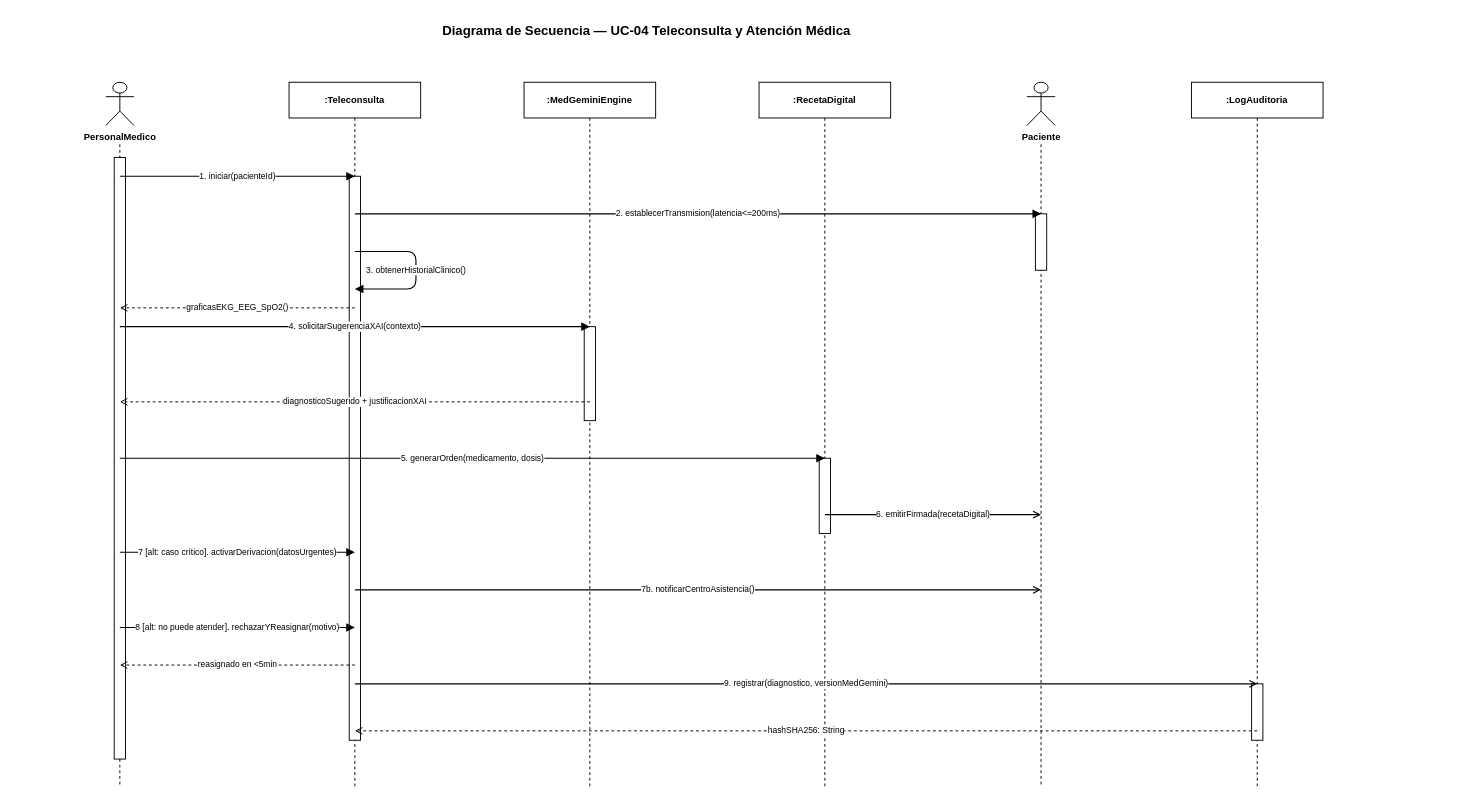
Earlier version of the draw.io diagram new/SAMR_Diagramas_Secuencia_v2/Seq_UC04_Teleconsulta.drawio (juliouou/IngReq1). Source tidied: cells renumbered, new cells numbered last; positions are measured from the earlier drawing's top-left corner, leaving out a move shared by most shapes. Both pictures are drawn from the tidied source at 94%, with x=0, y=0 at pixel (35, 16).
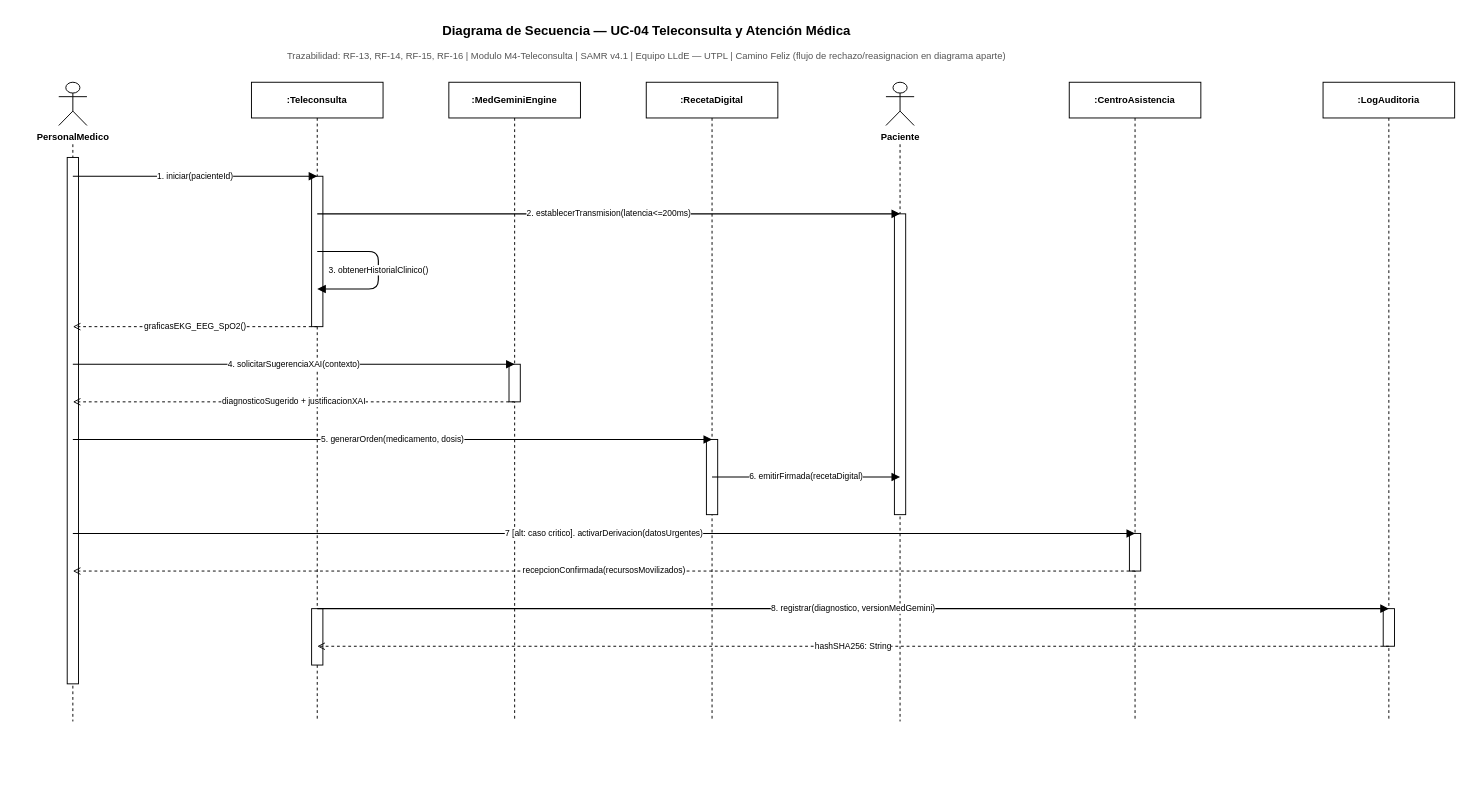
After the change.

Commit message (it also covers changes not shown here):
fix: corrige diagramas de secuencia UC-01, UC-03, UC-04 (actores faltantes, nombres de clase, flujo zigzagueante)

Diff of the diagram source:
```diff
@@
-    <mxCell id="3" style="shape=umlActor;verticalLabelPosition=bottom;verticalAlign=top;html=1;fillColor=#FFFFFF;strokeColor=#000000;" parent="1" vertex="1">
-      <mxGeometry x="75" y="70" width="30" height="46" as="geometry" />
-    </mxCell>
+    <mxCell id="37" value="Trazabilidad: RF-13, RF-14, RF-15, RF-16 | Modulo M4-Teleconsulta | SAMR v4.1 | Equipo LLdE — UTPL | Camino Feliz (flujo de rechazo/reasignacion en diagrama aparte)" style="text;html=1;align=center;fontSize=10;fontColor=#555555;strokeColor=none;fillColor=none;" parent="1" vertex="1">
+      <mxGeometry y="30" width="1300" height="18" as="geometry" />
+    </mxCell>
+    <mxCell id="38" style="shape=umlActor;verticalLabelPosition=bottom;verticalAlign=top;html=1;fillColor=#FFFFFF;strokeColor=#000000;" parent="1" vertex="1">
+      <mxGeometry x="25" y="70" width="30" height="46" as="geometry" />
+    </mxCell>
     <mxCell id="4" value="PersonalMedico" style="text;html=1;align=center;fontStyle=1;fontSize=10;strokeColor=none;fillColor=none;" parent="1" vertex="1">
-      <mxGeometry x="30" y="116" width="120" height="18" as="geometry" />
+      <mxGeometry x="-20" y="116" width="120" height="18" as="geometry" />
     </mxCell>
-    <mxCell id="5" style="html=1;strokeColor=#000000;dashed=1;endArrow=none;startArrow=none;" parent="1" edge="1">
-      <mxGeometry relative="1" as="geometry">
-        <mxPoint x="90" y="136" as="sourcePoint" />
-        <mxPoint x="90" y="820" as="targetPoint" />
-      </mxGeometry>
-    </mxCell>
+    <mxCell id="39" style="html=1;strokeColor=#000000;dashed=1;endArrow=none;startArrow=none;" parent="1" edge="1">
+      <mxGeometry relative="1" as="geometry">
+        <mxPoint x="40" y="136" as="sourcePoint" />
+        <mxPoint x="40" y="750" as="targetPoint" />
+      </mxGeometry>
+    </mxCell>
     <mxCell id="6" value=":Teleconsulta" style="rounded=0;whiteSpace=wrap;html=1;fillColor=#FFFFFF;strokeColor=#000000;fontStyle=1;fontSize=10;align=center;" parent="1" vertex="1">
-      <mxGeometry x="270" y="70" width="140" height="38" as="geometry" />
+      <mxGeometry x="230" y="70" width="140" height="38" as="geometry" />
     </mxCell>
-    <mxCell id="7" style="html=1;strokeColor=#000000;dashed=1;endArrow=none;startArrow=none;" parent="1" edge="1">
-      <mxGeometry relative="1" as="geometry">
-        <mxPoint x="340" y="108" as="sourcePoint" />
-        <mxPoint x="340" y="820" as="targetPoint" />
-      </mxGeometry>
-    </mxCell>
+    <mxCell id="40" style="html=1;strokeColor=#000000;dashed=1;endArrow=none;startArrow=none;" parent="1" edge="1">
+      <mxGeometry relative="1" as="geometry">
+        <mxPoint x="300" y="108" as="sourcePoint" />
+        <mxPoint x="300" y="750" as="targetPoint" />
+      </mxGeometry>
+    </mxCell>
     <mxCell id="8" value=":MedGeminiEngine" style="rounded=0;whiteSpace=wrap;html=1;fillColor=#FFFFFF;strokeColor=#000000;fontStyle=1;fontSize=10;align=center;" parent="1" vertex="1">
-      <mxGeometry x="520" y="70" width="140" height="38" as="geometry" />
+      <mxGeometry x="440" y="70" width="140" height="38" as="geometry" />
     </mxCell>
-    <mxCell id="9" style="html=1;strokeColor=#000000;dashed=1;endArrow=none;startArrow=none;" parent="1" edge="1">
-      <mxGeometry relative="1" as="geometry">
-        <mxPoint x="590" y="108" as="sourcePoint" />
-        <mxPoint x="590" y="820" as="targetPoint" />
-      </mxGeometry>
-    </mxCell>
+    <mxCell id="41" style="html=1;strokeColor=#000000;dashed=1;endArrow=none;startArrow=none;" parent="1" edge="1">
+      <mxGeometry relative="1" as="geometry">
+        <mxPoint x="510" y="108" as="sourcePoint" />
+        <mxPoint x="510" y="750" as="targetPoint" />
+      </mxGeometry>
+    </mxCell>
     <mxCell id="10" value=":RecetaDigital" style="rounded=0;whiteSpace=wrap;html=1;fillColor=#FFFFFF;strokeColor=#000000;fontStyle=1;fontSize=10;align=center;" parent="1" vertex="1">
-      <mxGeometry x="770" y="70" width="140" height="38" as="geometry" />
+      <mxGeometry x="650" y="70" width="140" height="38" as="geometry" />
     </mxCell>
-    <mxCell id="11" style="html=1;strokeColor=#000000;dashed=1;endArrow=none;startArrow=none;" parent="1" edge="1">
-      <mxGeometry relative="1" as="geometry">
-        <mxPoint x="840" y="108" as="sourcePoint" />
-        <mxPoint x="840" y="820" as="targetPoint" />
-      </mxGeometry>
-    </mxCell>
-    <mxCell id="12" style="shape=umlActor;verticalLabelPosition=bottom;verticalAlign=top;html=1;fillColor=#FFFFFF;strokeColor=#000000;" parent="1" vertex="1">
-      <mxGeometry x="1055" y="70" width="30" height="46" as="geometry" />
-    </mxCell>
+    <mxCell id="42" style="html=1;strokeColor=#000000;dashed=1;endArrow=none;startArrow=none;" parent="1" edge="1">
+      <mxGeometry relative="1" as="geometry">
+        <mxPoint x="720" y="108" as="sourcePoint" />
+        <mxPoint x="720" y="750" as="targetPoint" />
+      </mxGeometry>
+    </mxCell>
+    <mxCell id="43" style="shape=umlActor;verticalLabelPosition=bottom;verticalAlign=top;html=1;fillColor=#FFFFFF;strokeColor=#000000;" parent="1" vertex="1">
+      <mxGeometry x="905" y="70" width="30" height="46" as="geometry" />
+    </mxCell>
     <mxCell id="13" value="Paciente" style="text;html=1;align=center;fontStyle=1;fontSize=10;strokeColor=none;fillColor=none;" parent="1" vertex="1">
-      <mxGeometry x="1010" y="116" width="120" height="18" as="geometry" />
+      <mxGeometry x="860" y="116" width="120" height="18" as="geometry" />
     </mxCell>
-    <mxCell id="14" style="html=1;strokeColor=#000000;dashed=1;endArrow=none;startArrow=none;" parent="1" edge="1">
-      <mxGeometry relative="1" as="geometry">
-        <mxPoint x="1070" y="136" as="sourcePoint" />
-        <mxPoint x="1070" y="820" as="targetPoint" />
-      </mxGeometry>
-    </mxCell>
+    <mxCell id="44" style="html=1;strokeColor=#000000;dashed=1;endArrow=none;startArrow=none;" parent="1" edge="1">
+      <mxGeometry relative="1" as="geometry">
+        <mxPoint x="920" y="136" as="sourcePoint" />
+        <mxPoint x="920" y="750" as="targetPoint" />
+      </mxGeometry>
+    </mxCell>
+    <mxCell id="45" value=":CentroAsistencia" style="rounded=0;whiteSpace=wrap;html=1;fillColor=#FFFFFF;strokeColor=#000000;fontStyle=1;fontSize=10;align=center;" parent="1" vertex="1">
+      <mxGeometry x="1100" y="70" width="140" height="38" as="geometry" />
+    </mxCell>
+    <mxCell id="46" style="html=1;strokeColor=#000000;dashed=1;endArrow=none;startArrow=none;" parent="1" edge="1">
+      <mxGeometry relative="1" as="geometry">
+        <mxPoint x="1170" y="108" as="sourcePoint" />
+        <mxPoint x="1170" y="750" as="targetPoint" />
+      </mxGeometry>
+    </mxCell>
     <mxCell id="15" value=":LogAuditoria" style="rounded=0;whiteSpace=wrap;html=1;fillColor=#FFFFFF;strokeColor=#000000;fontStyle=1;fontSize=10;align=center;" parent="1" vertex="1">
-      <mxGeometry x="1230" y="70" width="140" height="38" as="geometry" />
+      <mxGeometry x="1370" y="70" width="140" height="38" as="geometry" />
     </mxCell>
-    <mxCell id="16" style="html=1;strokeColor=#000000;dashed=1;endArrow=none;startArrow=none;" parent="1" edge="1">
-      <mxGeometry relative="1" as="geometry">
-        <mxPoint x="1300" y="108" as="sourcePoint" />
-        <mxPoint x="1300" y="820" as="targetPoint" />
-      </mxGeometry>
-    </mxCell>
-    <mxCell id="17" style="html=1;fillColor=#FFFFFF;strokeColor=#000000;" parent="1" vertex="1">
-      <mxGeometry x="84" y="150" width="12" height="640" as="geometry" />
-    </mxCell>
-    <mxCell id="18" style="html=1;fillColor=#FFFFFF;strokeColor=#000000;" parent="1" vertex="1">
-      <mxGeometry x="334" y="170" width="12" height="600" as="geometry" />
-    </mxCell>
-    <mxCell id="19" style="html=1;fillColor=#FFFFFF;strokeColor=#000000;" parent="1" vertex="1">
-      <mxGeometry x="584" y="330" width="12" height="100" as="geometry" />
-    </mxCell>
-    <mxCell id="20" style="html=1;fillColor=#FFFFFF;strokeColor=#000000;" parent="1" vertex="1">
-      <mxGeometry x="834" y="470" width="12" height="80" as="geometry" />
-    </mxCell>
-    <mxCell id="21" style="html=1;fillColor=#FFFFFF;strokeColor=#000000;" parent="1" vertex="1">
-      <mxGeometry x="1064" y="210" width="12" height="60" as="geometry" />
-    </mxCell>
-    <mxCell id="22" style="html=1;fillColor=#FFFFFF;strokeColor=#000000;" parent="1" vertex="1">
-      <mxGeometry x="1294" y="710" width="12" height="60" as="geometry" />
-    </mxCell>
+    <mxCell id="47" style="html=1;strokeColor=#000000;dashed=1;endArrow=none;startArrow=none;" parent="1" edge="1">
+      <mxGeometry relative="1" as="geometry">
+        <mxPoint x="1440" y="108" as="sourcePoint" />
+        <mxPoint x="1440" y="750" as="targetPoint" />
+      </mxGeometry>
+    </mxCell>
+    <mxCell id="48" style="html=1;fillColor=#FFFFFF;strokeColor=#000000;" parent="1" vertex="1">
+      <mxGeometry x="34" y="150" width="12" height="560" as="geometry" />
+    </mxCell>
+    <mxCell id="49" style="html=1;fillColor=#FFFFFF;strokeColor=#000000;" parent="1" vertex="1">
+      <mxGeometry x="294" y="170" width="12" height="160" as="geometry" />
+    </mxCell>
+    <mxCell id="50" style="html=1;fillColor=#FFFFFF;strokeColor=#000000;" parent="1" vertex="1">
+      <mxGeometry x="294" y="630" width="12" height="60" as="geometry" />
+    </mxCell>
+    <mxCell id="51" style="html=1;fillColor=#FFFFFF;strokeColor=#000000;" parent="1" vertex="1">
+      <mxGeometry x="914" y="210" width="12" height="320" as="geometry" />
+    </mxCell>
+    <mxCell id="52" style="html=1;fillColor=#FFFFFF;strokeColor=#000000;" parent="1" vertex="1">
+      <mxGeometry x="504" y="370" width="12" height="40" as="geometry" />
+    </mxCell>
+    <mxCell id="53" style="html=1;fillColor=#FFFFFF;strokeColor=#000000;" parent="1" vertex="1">
+      <mxGeometry x="714" y="450" width="12" height="80" as="geometry" />
+    </mxCell>
+    <mxCell id="54" style="html=1;fillColor=#FFFFFF;strokeColor=#000000;" parent="1" vertex="1">
+      <mxGeometry x="1164" y="550" width="12" height="40" as="geometry" />
+    </mxCell>
+    <mxCell id="55" style="html=1;fillColor=#FFFFFF;strokeColor=#000000;" parent="1" vertex="1">
+      <mxGeometry x="1434" y="630" width="12" height="40" as="geometry" />
+    </mxCell>
     <mxCell id="23" value="1. iniciar(pacienteId)" style="endArrow=block;endFill=1;html=1;strokeColor=#000000;strokeWidth=1.2;fontSize=9;" parent="1" edge="1">
       <mxGeometry relative="1" as="geometry">
-        <mxPoint x="90" y="170" as="sourcePoint" />
-        <mxPoint x="340" y="170" as="targetPoint" />
+        <mxPoint x="40" y="170" as="sourcePoint" />
+        <mxPoint x="300" y="170" as="targetPoint" />
       </mxGeometry>
     </mxCell>
     <mxCell id="24" value="2. establecerTransmision(latencia&lt;=200ms)" style="endArrow=block;endFill=1;html=1;strokeColor=#000000;strokeWidth=1.2;fontSize=9;" parent="1" edge="1">
       <mxGeometry relative="1" as="geometry">
-        <mxPoint x="340" y="210" as="sourcePoint" />
-        <mxPoint x="1070" y="210" as="targetPoint" />
+        <mxPoint x="300" y="210" as="sourcePoint" />
+        <mxPoint x="920" y="210" as="targetPoint" />
       </mxGeometry>
     </mxCell>
     <mxCell id="25" value="3. obtenerHistorialClinico()" style="endArrow=block;endFill=1;html=1;strokeColor=#000000;strokeWidth=1.2;fontSize=9;" parent="1" edge="1">
       <mxGeometry relative="1" as="geometry">
-        <mxPoint x="340" y="250" as="sourcePoint" />
-        <mxPoint x="340" y="290" as="targetPoint" />
+        <mxPoint x="300" y="250" as="sourcePoint" />
+        <mxPoint x="300" y="290" as="targetPoint" />
         <Array as="points">
-          <mxPoint x="405" y="250" />
-          <mxPoint x="405" y="290" />
+          <mxPoint x="365" y="250" />
+          <mxPoint x="365" y="290" />
         </Array>
       </mxGeometry>
     </mxCell>
     <mxCell id="26" value="graficasEKG_EEG_SpO2()" style="endArrow=open;endFill=0;dashed=1;html=1;strokeColor=#000000;strokeWidth=1;fontSize=9;" parent="1" edge="1">
       <mxGeometry relative="1" as="geometry">
-        <mxPoint x="340" y="310" as="sourcePoint" />
-        <mxPoint x="90" y="310" as="targetPoint" />
+        <mxPoint x="300" y="330" as="sourcePoint" />
+        <mxPoint x="40" y="330" as="targetPoint" />
       </mxGeometry>
     </mxCell>
     <mxCell id="27" value="4. solicitarSugerenciaXAI(contexto)" style="endArrow=block;endFill=1;html=1;strokeColor=#000000;strokeWidth=1.2;fontSize=9;" parent="1" edge="1">
       <mxGeometry relative="1" as="geometry">
-        <mxPoint x="90" y="330" as="sourcePoint" />
-        <mxPoint x="590" y="330" as="targetPoint" />
+        <mxPoint x="40" y="370" as="sourcePoint" />
+        <mxPoint x="510" y="370" as="targetPoint" />
       </mxGeometry>
     </mxCell>
     <mxCell id="28" value="diagnosticoSugerido + justificacionXAI" style="endArrow=open;endFill=0;dashed=1;html=1;strokeColor=#000000;strokeWidth=1;fontSize=9;" parent="1" edge="1">
       <mxGeometry relative="1" as="geometry">
-        <mxPoint x="590" y="410" as="sourcePoint" />
-        <mxPoint x="90" y="410" as="targetPoint" />
+        <mxPoint x="510" y="410" as="sourcePoint" />
+        <mxPoint x="40" y="410" as="targetPoint" />
       </mxGeometry>
     </mxCell>
     <mxCell id="29" value="5. generarOrden(medicamento, dosis)" style="endArrow=block;endFill=1;html=1;strokeColor=#000000;strokeWidth=1.2;fontSize=9;" parent="1" edge="1">
       <mxGeometry relative="1" as="geometry">
-        <mxPoint x="90" y="470" as="sourcePoint" />
-        <mxPoint x="840" y="470" as="targetPoint" />
+        <mxPoint x="40" y="450" as="sourcePoint" />
+        <mxPoint x="720" y="450" as="targetPoint" />
       </mxGeometry>
     </mxCell>
-    <mxCell id="30" value="6. emitirFirmada(recetaDigital)" style="endArrow=open;endFill=0;html=1;strokeColor=#000000;strokeWidth=1.2;fontSize=9;" parent="1" edge="1">
+    <mxCell id="30" value="6. emitirFirmada(recetaDigital)" style="endArrow=block;endFill=1;html=1;strokeColor=#000000;strokeWidth=1.2;fontSize=9;" parent="1" edge="1">
       <mxGeometry relative="1" as="geometry">
-        <mxPoint x="840" y="530" as="sourcePoint" />
-        <mxPoint x="1070" y="530" as="targetPoint" />
+        <mxPoint x="720" y="490" as="sourcePoint" />
+        <mxPoint x="920" y="490" as="targetPoint" />
       </mxGeometry>
     </mxCell>
-    <mxCell id="31" value="7 [alt: caso crítico]. activarDerivacion(datosUrgentes)" style="endArrow=block;endFill=1;html=1;strokeColor=#000000;strokeWidth=1.2;fontSize=9;" parent="1" edge="1">
-      <mxGeometry relative="1" as="geometry">
-        <mxPoint x="90" y="570" as="sourcePoint" />
-        <mxPoint x="340" y="570" as="targetPoint" />
-      </mxGeometry>
-    </mxCell>
-    <mxCell id="32" value="7b. notificarCentroAsistencia()" style="endArrow=open;endFill=0;html=1;strokeColor=#000000;strokeWidth=1.2;fontSize=9;" parent="1" edge="1">
-      <mxGeometry relative="1" as="geometry">
-        <mxPoint x="340" y="610" as="sourcePoint" />
-        <mxPoint x="1070" y="610" as="targetPoint" />
-      </mxGeometry>
-    </mxCell>
-    <mxCell id="33" value="8 [alt: no puede atender]. rechazarYReasignar(motivo)" style="endArrow=block;endFill=1;html=1;strokeColor=#000000;strokeWidth=1.2;fontSize=9;" parent="1" edge="1">
-      <mxGeometry relative="1" as="geometry">
-        <mxPoint x="90" y="650" as="sourcePoint" />
-        <mxPoint x="340" y="650" as="targetPoint" />
-      </mxGeometry>
-    </mxCell>
-    <mxCell id="34" value="reasignado en &lt;5min" style="endArrow=open;endFill=0;dashed=1;html=1;strokeColor=#000000;strokeWidth=1;fontSize=9;" parent="1" edge="1">
-      <mxGeometry relative="1" as="geometry">
-        <mxPoint x="340" y="690" as="sourcePoint" />
-        <mxPoint x="90" y="690" as="targetPoint" />
-      </mxGeometry>
-    </mxCell>
-    <mxCell id="35" value="9. registrar(diagnostico, versionMedGemini)" style="endArrow=open;endFill=0;html=1;strokeColor=#000000;strokeWidth=1.2;fontSize=9;" parent="1" edge="1">
-      <mxGeometry relative="1" as="geometry">
-        <mxPoint x="340" y="710" as="sourcePoint" />
-        <mxPoint x="1300" y="710" as="targetPoint" />
-      </mxGeometry>
-    </mxCell>
+    <mxCell id="56" value="7 [alt: caso critico]. activarDerivacion(datosUrgentes)" style="endArrow=block;endFill=1;html=1;strokeColor=#000000;strokeWidth=1.2;fontSize=9;" parent="1" edge="1">
+      <mxGeometry relative="1" as="geometry">
+        <mxPoint x="40" y="550" as="sourcePoint" />
+        <mxPoint x="1170" y="550" as="targetPoint" />
+      </mxGeometry>
+    </mxCell>
+    <mxCell id="57" value="recepcionConfirmada(recursosMovilizados)" style="endArrow=open;endFill=0;dashed=1;html=1;strokeColor=#000000;strokeWidth=1;fontSize=9;" parent="1" edge="1">
+      <mxGeometry relative="1" as="geometry">
+        <mxPoint x="1170" y="590" as="sourcePoint" />
+        <mxPoint x="40" y="590" as="targetPoint" />
+      </mxGeometry>
+    </mxCell>
+    <mxCell id="58" value="8. registrar(diagnostico, versionMedGemini)" style="endArrow=block;endFill=1;html=1;strokeColor=#000000;strokeWidth=1.2;fontSize=9;" parent="1" edge="1">
+      <mxGeometry relative="1" as="geometry">
+        <mxPoint x="300" y="630" as="sourcePoint" />
+        <mxPoint x="1440" y="630" as="targetPoint" />
+      </mxGeometry>
+    </mxCell>
     <mxCell id="36" value="hashSHA256: String" style="endArrow=open;endFill=0;dashed=1;html=1;strokeColor=#000000;strokeWidth=1;fontSize=9;" parent="1" edge="1">
       <mxGeometry relative="1" as="geometry">
-        <mxPoint x="1300" y="760" as="sourcePoint" />
-        <mxPoint x="340" y="760" as="targetPoint" />
+        <mxPoint x="1440" y="670" as="sourcePoint" />
+        <mxPoint x="300" y="670" as="targetPoint" />
       </mxGeometry>
     </mxCell>
```
